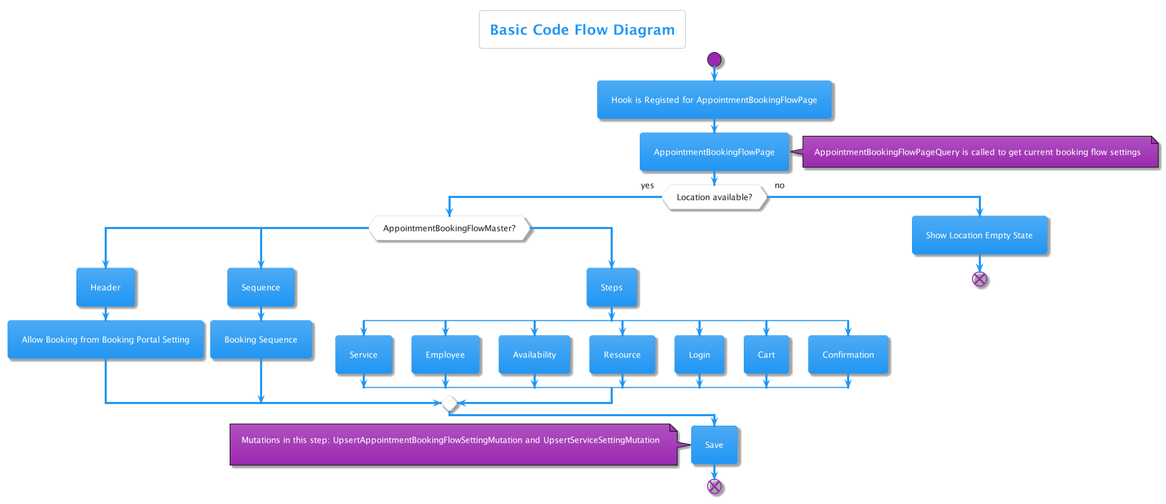
Before: out/codeFlowDiagram/Code Flow Diagram.png, a diagram exported from PlantUML (nakul-sharma-at-appointy/customer-booking-flow-diagrams). Source of this version:
```plantuml
@startuml Code Flow Diagram

!include https://raw.githubusercontent.com/bschwarz/puml-themes/master/themes/materia/puml-theme-materia.puml

title Basic Code Flow Diagram

start

:Hook is Registed for AppointmentBookingFlowPage;

:AppointmentBookingFlowPage;

note right
AppointmentBookingFlowPageQuery is called to get current booking flow settings
end note

if(Location available?) then (yes)

switch (AppointmentBookingFlowMaster?)
case ()
  :Header;
  :Allow Booking from Booking Portal Setting;
case ()
  :Sequence;
  :Booking Sequence;
case ()
  :Steps;
  split
  :Service;
  split again
  :Employee;
  split again
  :Availability;
  split again
  :Resource;
  split again
  :Login;
  split again
  :Cart;
  split again
  :Confirmation;
end split

endswitch

else (no)
:Show Location Empty State;
end

endif

:Save;
note left
Mutations in this step: UpsertAppointmentBookingFlowSettingMutation and UpsertServiceSettingMutation

end note

end


@enduml
```
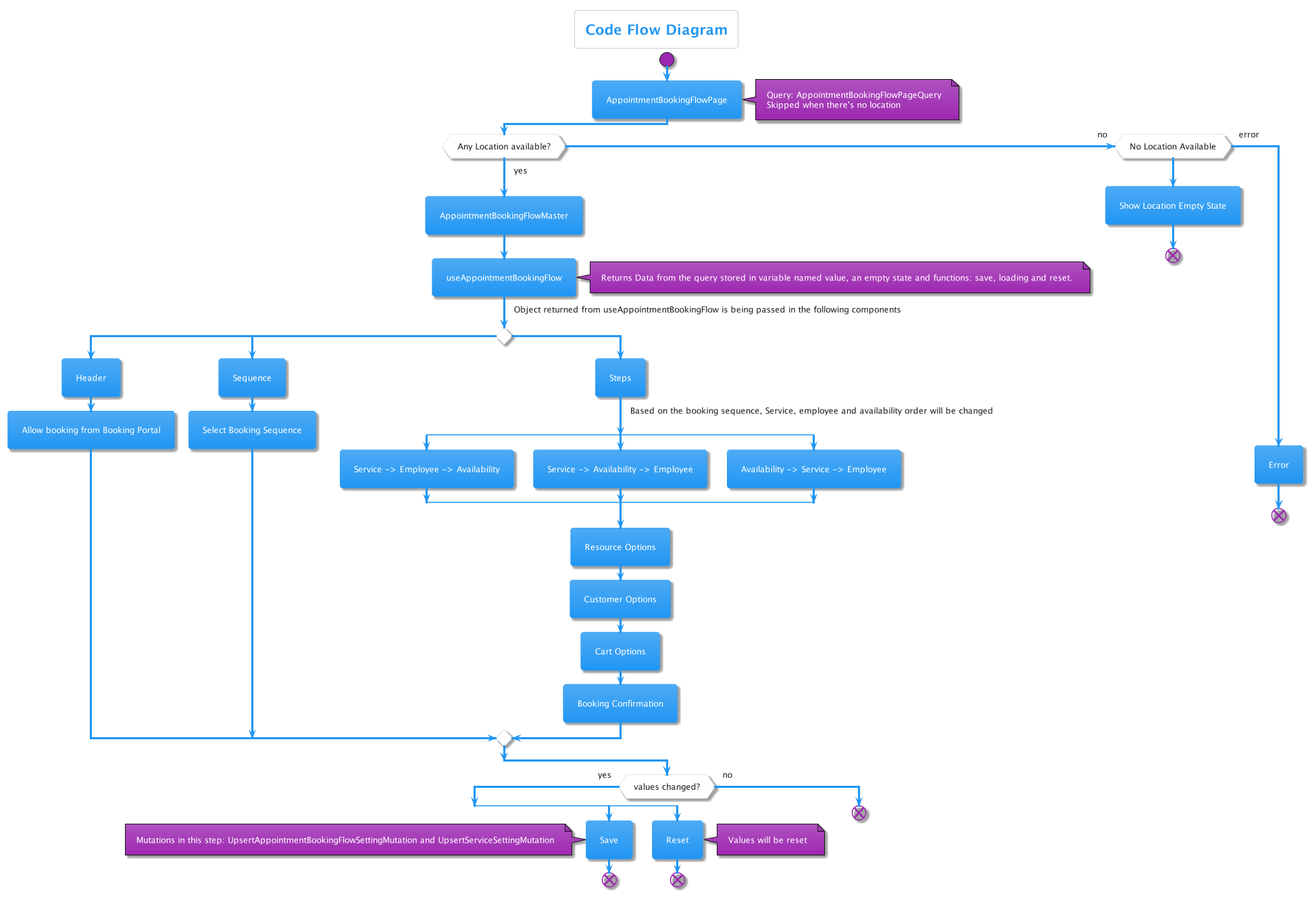
The same file after the commit.

What changed in the source:
```diff
@@ -2,60 +2,87 @@
 
 !include https://raw.githubusercontent.com/bschwarz/puml-themes/master/themes/materia/puml-theme-materia.puml
 
-title Basic Code Flow Diagram
+title Code Flow Diagram
 
 start
-
-:Hook is Registed for AppointmentBookingFlowPage;
 
 :AppointmentBookingFlowPage;
 
 note right
-AppointmentBookingFlowPageQuery is called to get current booking flow settings
+Query: AppointmentBookingFlowPageQuery
+Skipped when there's no location
 end note
 
-if(Location available?) then (yes)
+if(Any Location available?) then (yes)
 
-switch (AppointmentBookingFlowMaster?)
+:AppointmentBookingFlowMaster;
+
+:useAppointmentBookingFlow;
+
+-> Object returned from useAppointmentBookingFlow is being passed in the following components;
+
+note right
+Returns Data from the query stored in variable named value, an empty state and functions: save, loading and reset.
+end note
+
+switch()
+
 case ()
   :Header;
-  :Allow Booking from Booking Portal Setting;
+  :Allow booking from Booking Portal;
 case ()
   :Sequence;
-  :Booking Sequence;
+  :Select Booking Sequence;
 case ()
   :Steps;
+    ->Based on the booking sequence, Service, employee and availability order will be changed;
   split
-  :Service;
+  :Service -> Employee -> Availability;
   split again
-  :Employee;
+  :Service -> Availability -> Employee;
   split again
-  :Availability;
-  split again
-  :Resource;
-  split again
-  :Login;
-  split again
-  :Cart;
-  split again
-  :Confirmation;
-end split
+  :Availability -> Service -> Employee;
+
+  end split
+  :Resource Options;
+  :Customer Options;
+  :Cart Options;
+  :Booking Confirmation;
 
 endswitch
 
-else (no)
+(no)elseif (No Location Available)
 :Show Location Empty State;
+end
+
+else (error)
+:Error;
 end
 
 endif
 
+if(values changed?) then(yes)
+
+split
 :Save;
+
 note left
 Mutations in this step: UpsertAppointmentBookingFlowSettingMutation and UpsertServiceSettingMutation
-
 end note
 
 end
 
+split again
+:Reset;
+
+note right
+Values will be reset
+end note
+end
+end split
+
+else (no)
+end
+
 
 @enduml
```
